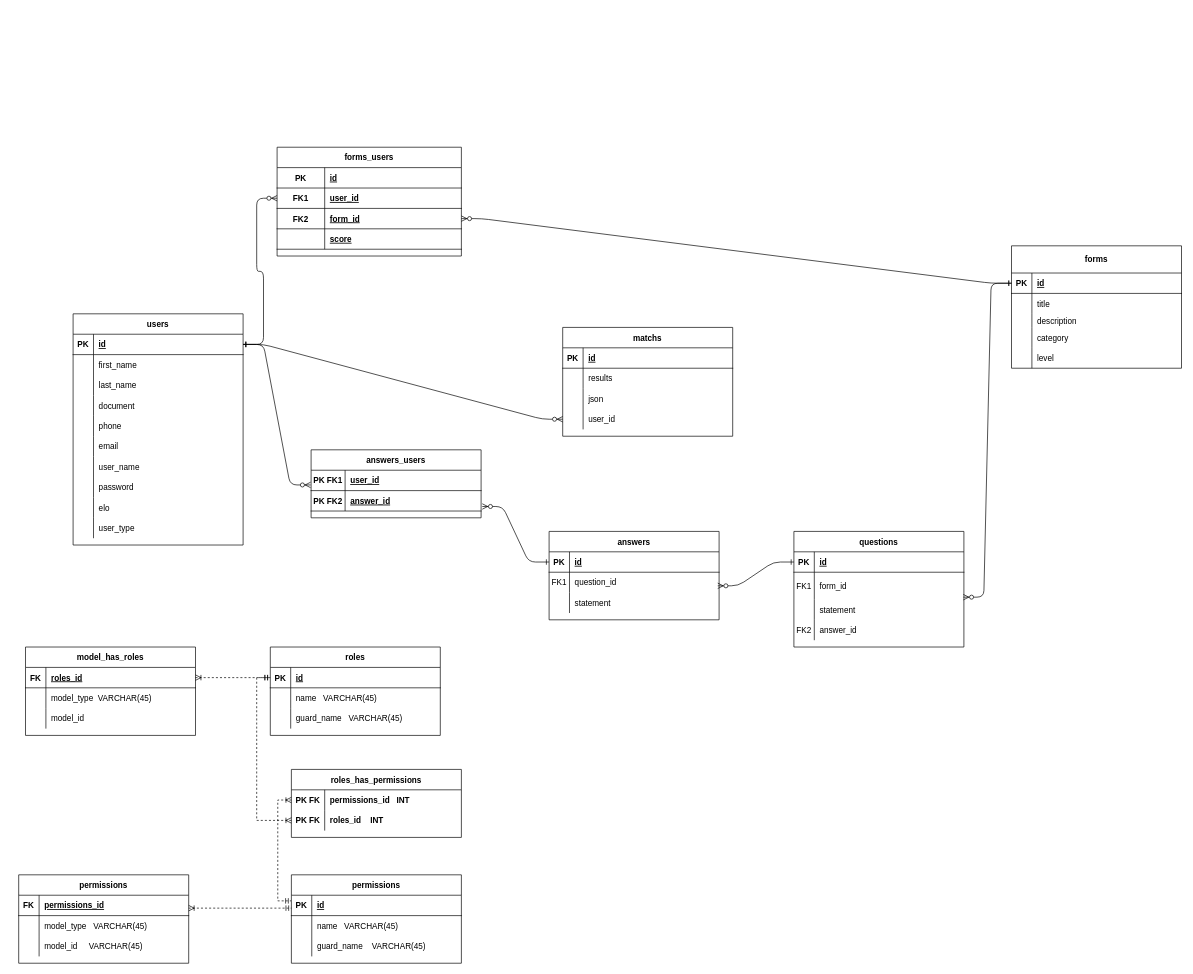
Earlier version of the draw.io diagram TG-DATABASE.drawio (junioisaac123/diagramIOSchemes). Source tidied: cells renumbered, new cells numbered last; positions are measured from the earlier drawing's top-left corner, leaving out a move shared by most shapes. Both pictures are drawn from the tidied source at 68%, with x=0, y=0 at pixel (18, 111).
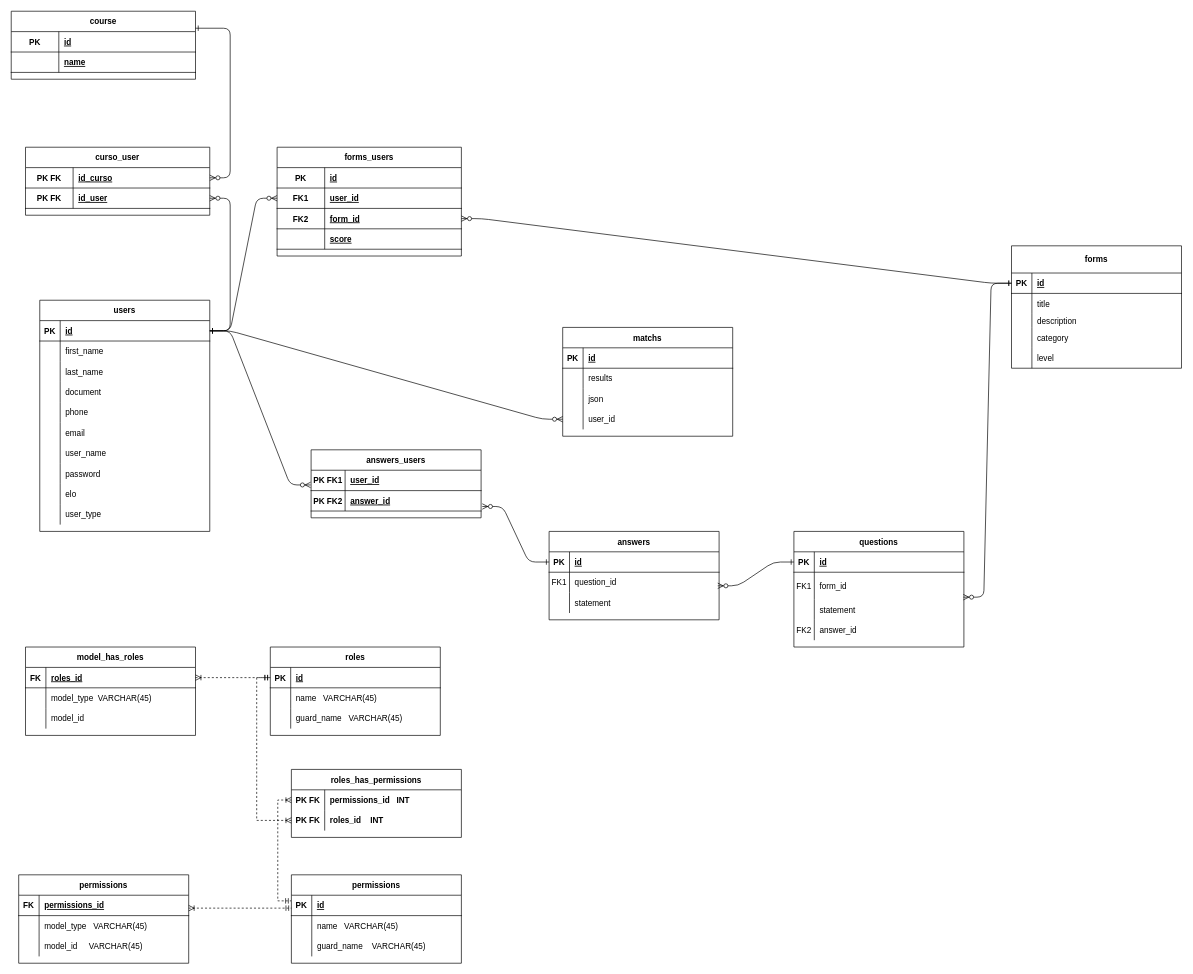
Above is the later version.

Unchanged cells that the change refers to:
```xml
<mxCell id="3" style="shape=partialRectangle;fillColor=none;points=[[0,0.5],[1,0.5]];portConstraint=eastwest;top=0;left=0;right=0;bottom=1;" parent="2" vertex="1">
  <mxGeometry y="30" width="250" height="30" as="geometry" />
</mxCell>
```

Change to the diagram source:
```diff
@@
     <mxCell id="2" value="users" style="shape=table;startSize=30;childLayout=tableLayout;rowLines=0;fontStyle=1;align=center;" parent="1" vertex="1">
-      <mxGeometry x="80" y="298" width="250" height="340" as="geometry" />
+      <mxGeometry x="31" y="278" width="250" height="340" as="geometry" />
     </mxCell>
@@
+    <mxCell id="163" value="course" style="shape=table;startSize=30;childLayout=tableLayout;rowLines=0;fontStyle=1;align=center;" parent="1" vertex="1">
+      <mxGeometry x="-11" y="-147" width="271" height="100" as="geometry" />
+    </mxCell>
+    <mxCell id="164" style="shape=partialRectangle;fillColor=none;top=0;left=0;right=0;bottom=1;" parent="163" vertex="1">
+      <mxGeometry y="30" width="271" height="30" as="geometry" />
+    </mxCell>
+    <mxCell id="165" value="PK" style="shape=partialRectangle;overflow=hidden;fillColor=none;top=0;left=0;bottom=0;right=0;fontStyle=1;" parent="164" vertex="1">
+      <mxGeometry width="70" height="30" as="geometry" />
+    </mxCell>
+    <mxCell id="166" value="id" style="shape=partialRectangle;overflow=hidden;fillColor=none;top=0;left=0;bottom=0;right=0;align=left;spacingLeft=6;fontStyle=5;" parent="164" vertex="1">
+      <mxGeometry x="70" width="201" height="30" as="geometry" />
+    </mxCell>
+    <mxCell id="167" style="shape=partialRectangle;fillColor=none;top=0;left=0;right=0;bottom=1;" parent="163" vertex="1">
+      <mxGeometry y="60" width="271" height="30" as="geometry" />
+    </mxCell>
+    <mxCell id="168" style="shape=partialRectangle;overflow=hidden;fillColor=none;top=0;left=0;bottom=0;right=0;fontStyle=1;" parent="167" vertex="1">
+      <mxGeometry width="70" height="30" as="geometry" />
+    </mxCell>
+    <mxCell id="169" value="name" style="shape=partialRectangle;overflow=hidden;fillColor=none;top=0;left=0;bottom=0;right=0;align=left;spacingLeft=6;fontStyle=5;" parent="167" vertex="1">
+      <mxGeometry x="70" width="201" height="30" as="geometry" />
+    </mxCell>
+    <mxCell id="170" value="curso_user" style="shape=table;startSize=30;childLayout=tableLayout;rowLines=0;fontStyle=1;align=center;" parent="1" vertex="1">
+      <mxGeometry x="10" y="53" width="271" height="100" as="geometry" />
+    </mxCell>
+    <mxCell id="171" style="shape=partialRectangle;fillColor=none;points=[[0,0.5],[1,0.5]];portConstraint=eastwest;top=0;left=0;right=0;bottom=1;" parent="170" vertex="1">
+      <mxGeometry y="30" width="271" height="30" as="geometry" />
+    </mxCell>
+    <mxCell id="172" value="PK FK" style="shape=partialRectangle;overflow=hidden;fillColor=none;top=0;left=0;bottom=0;right=0;fontStyle=1;" parent="171" vertex="1">
+      <mxGeometry width="70" height="30" as="geometry" />
+    </mxCell>
+    <mxCell id="173" value="id_curso" style="shape=partialRectangle;overflow=hidden;fillColor=none;top=0;left=0;bottom=0;right=0;align=left;spacingLeft=6;fontStyle=5;" parent="171" vertex="1">
+      <mxGeometry x="70" width="201" height="30" as="geometry" />
+    </mxCell>
+    <mxCell id="174" style="shape=partialRectangle;fillColor=none;points=[[0,0.5],[1,0.5]];portConstraint=eastwest;top=0;left=0;right=0;bottom=1;" parent="170" vertex="1">
+      <mxGeometry y="60" width="271" height="30" as="geometry" />
+    </mxCell>
+    <mxCell id="175" value="PK FK" style="shape=partialRectangle;overflow=hidden;fillColor=none;top=0;left=0;bottom=0;right=0;fontStyle=1;" parent="174" vertex="1">
+      <mxGeometry width="70" height="30" as="geometry" />
+    </mxCell>
+    <mxCell id="176" value="id_user" style="shape=partialRectangle;overflow=hidden;fillColor=none;top=0;left=0;bottom=0;right=0;align=left;spacingLeft=6;fontStyle=5;" parent="174" vertex="1">
+      <mxGeometry x="70" width="201" height="30" as="geometry" />
+    </mxCell>
+    <mxCell id="177" style="edgeStyle=entityRelationEdgeStyle;endArrow=ERzeroToMany;startArrow=ERone;endFill=1;startFill=0;exitX=1;exitY=0.25;exitDx=0;exitDy=0;" parent="1" edge="1" source="163" target="171">
+      <mxGeometry relative="1" as="geometry">
+        <Array as="points">
+          <mxPoint x="420" y="328" />
+          <mxPoint x="420" y="348" />
+        </Array>
+      </mxGeometry>
+    </mxCell>
+    <mxCell id="178" style="edgeStyle=entityRelationEdgeStyle;endArrow=ERzeroToMany;startArrow=ERone;endFill=1;startFill=0;" parent="1" edge="1" source="3" target="174">
+      <mxGeometry relative="1" as="geometry">
+        <Array as="points">
+          <mxPoint x="430" y="338" />
+          <mxPoint x="430" y="358" />
+        </Array>
+      </mxGeometry>
+    </mxCell>
```
